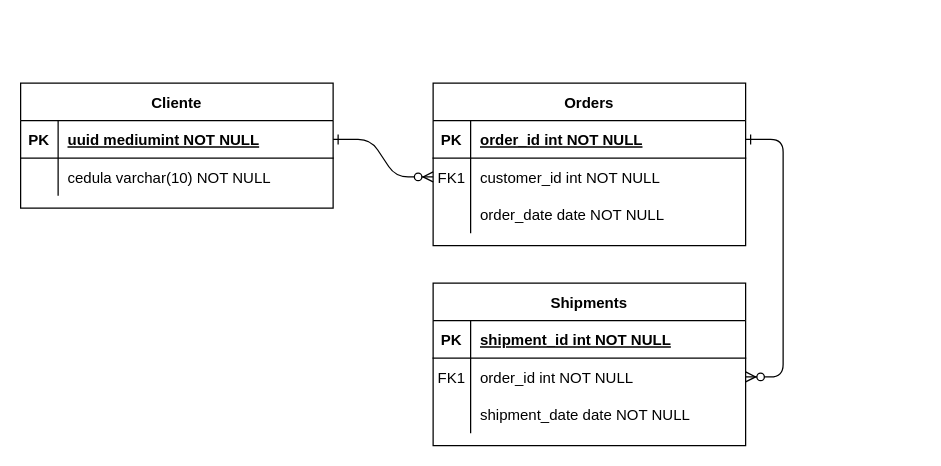
Earlier version of the draw.io diagram LumiereDatabase.drawio (koalaspero/LumiereDBRepo). Source tidied: cells renumbered, new cells numbered last; positions are measured from the earlier drawing's top-left corner, leaving out a move shared by most shapes. Both pictures are drawn from the tidied source at 125%, with x=0, y=0 at pixel (20, 82).
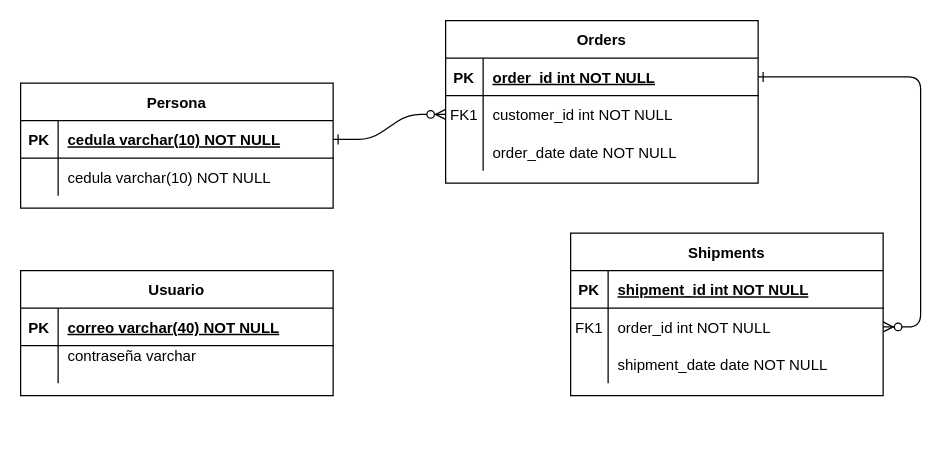
Above is the later version.

Unchanged cells that the change refers to:
```xml
<mxCell id="25" style="shape=partialRectangle;fillColor=none;points=[[0,0.5],[1,0.5]];portConstraint=eastwest;top=0;left=0;right=0;bottom=1;" parent="24" vertex="1">
  <mxGeometry y="30" width="250" height="30" as="geometry" />
</mxCell>
```

Diff of the diagram source:
```diff
@@
     <mxCell id="4" value="Orders" style="shape=table;startSize=30;childLayout=tableLayout;rowLines=0;fontStyle=1;align=center;" parent="1" vertex="1">
-      <mxGeometry x="330" width="250" height="130" as="geometry" />
+      <mxGeometry x="340" y="-50" width="250" height="130" as="geometry" />
     </mxCell>
@@
     <mxCell id="14" value="Shipments" style="shape=table;startSize=30;childLayout=tableLayout;rowLines=0;fontStyle=1;align=center;" parent="1" vertex="1">
-      <mxGeometry x="330" y="160" width="250" height="130" as="geometry" />
+      <mxGeometry x="440" y="120" width="250" height="130" as="geometry" />
     </mxCell>
@@
-    <mxCell id="24" value="Cliente" style="shape=table;startSize=30;childLayout=tableLayout;rowLines=0;fontStyle=1;align=center;" parent="1" vertex="1">
+    <mxCell id="24" value="Persona" style="shape=table;startSize=30;childLayout=tableLayout;rowLines=0;fontStyle=1;align=center;" parent="1" vertex="1">
       <mxGeometry width="250" height="100" as="geometry" />
     </mxCell>
@@
-    <mxCell id="27" value="uuid mediumint NOT NULL " style="shape=partialRectangle;overflow=hidden;fillColor=none;top=0;left=0;bottom=0;right=0;align=left;spacingLeft=6;fontStyle=5;" parent="25" vertex="1">
+    <mxCell id="27" value="cedula varchar(10) NOT NULL " style="shape=partialRectangle;overflow=hidden;fillColor=none;top=0;left=0;bottom=0;right=0;align=left;spacingLeft=6;fontStyle=5;" parent="25" vertex="1">
       <mxGeometry x="30" width="220" height="30" as="geometry" />
     </mxCell>
@@
+    <mxCell id="31" value="Usuario" style="shape=table;startSize=30;childLayout=tableLayout;rowLines=0;fontStyle=1;align=center;" parent="1" vertex="1">
+      <mxGeometry y="150" width="250" height="100" as="geometry" />
+    </mxCell>
+    <mxCell id="32" style="shape=partialRectangle;fillColor=none;top=0;left=0;right=0;bottom=1;" parent="31" vertex="1">
+      <mxGeometry y="30" width="250" height="30" as="geometry" />
+    </mxCell>
+    <mxCell id="33" value="PK" style="shape=partialRectangle;overflow=hidden;fillColor=none;top=0;left=0;bottom=0;right=0;fontStyle=1;" parent="32" vertex="1">
+      <mxGeometry width="30" height="30" as="geometry" />
+    </mxCell>
+    <mxCell id="34" value="correo varchar(40) NOT NULL " style="shape=partialRectangle;overflow=hidden;fillColor=none;top=0;left=0;bottom=0;right=0;align=left;spacingLeft=6;fontStyle=5;" parent="32" vertex="1">
+      <mxGeometry x="30" width="220" height="30" as="geometry" />
+    </mxCell>
+    <mxCell id="35" style="shape=partialRectangle;fillColor=none;top=0;left=0;right=0;bottom=0;" parent="31" vertex="1">
+      <mxGeometry y="60" width="250" height="30" as="geometry" />
+    </mxCell>
+    <mxCell id="36" style="shape=partialRectangle;overflow=hidden;fillColor=none;top=0;left=0;bottom=0;right=0;" parent="35" vertex="1">
+      <mxGeometry width="30" height="30" as="geometry" />
+    </mxCell>
+    <mxCell id="37" value="contraseña varchar&#10;" style="shape=partialRectangle;overflow=hidden;fillColor=none;top=0;left=0;bottom=0;right=0;align=left;spacingLeft=6;" parent="35" vertex="1">
+      <mxGeometry x="30" width="220" height="30" as="geometry" />
+    </mxCell>
```
